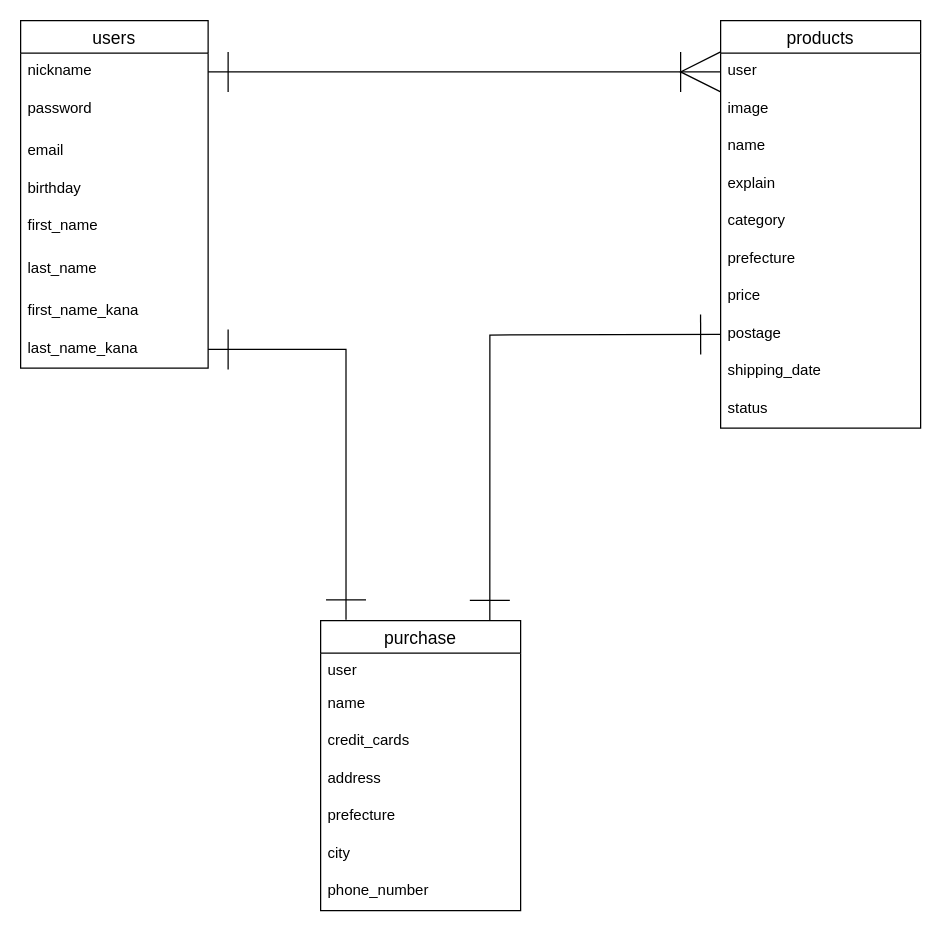
Earlier version of the draw.io diagram er.dio (ryosuke1005/furima-31896). Source tidied: cells renumbered, new cells numbered last; positions are measured from the earlier drawing's top-left corner, leaving out a move shared by most shapes. Both pictures are drawn from the tidied source at 125%, with x=0, y=0 at pixel (20, 20).
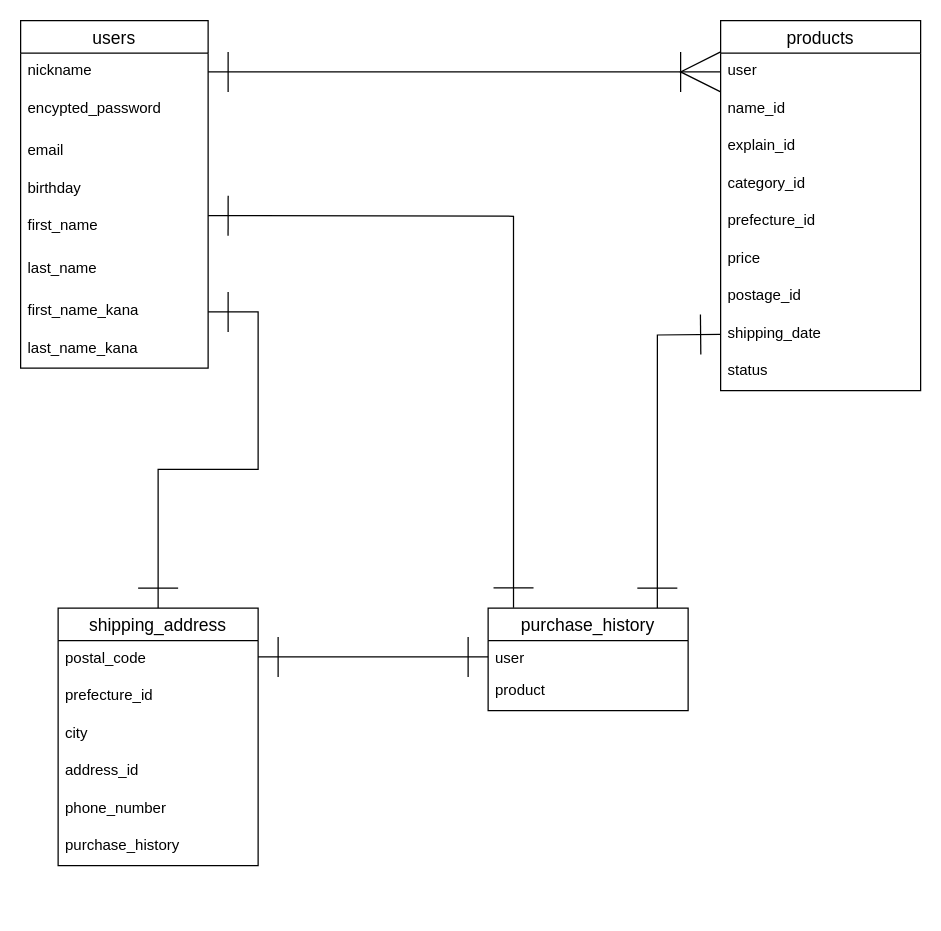
Above is the later version.

Commit message (it also covers changes not shown here):
データベース設計修正①

Unchanged cells that the change refers to:
```xml
<mxCell id="2" value="users" style="swimlane;fontStyle=0;horizontal=1;startSize=26;align=center;fontSize=14;" parent="1" vertex="1">
  <mxGeometry width="150" height="278" as="geometry" />
</mxCell>
<mxCell id="10" value="first_name_kana" style="text;strokeColor=none;fillColor=none;spacingLeft=4;spacingRight=4;overflow=hidden;points=[[0,0.5],[1,0.5]];portConstraint=eastwest;fontSize=12;" parent="2" vertex="1">
  <mxGeometry y="218" width="150" height="30" as="geometry" />
</mxCell>
<mxCell id="11" value="last_name_kana" style="text;strokeColor=none;fillColor=none;spacingLeft=4;spacingRight=4;overflow=hidden;points=[[0,0.5],[1,0.5]];portConstraint=eastwest;fontSize=12;" parent="2" vertex="1">
  <mxGeometry y="248" width="150" height="30" as="geometry" />
</mxCell>
<mxCell id="24" value="user" style="text;strokeColor=none;fillColor=none;spacingLeft=4;spacingRight=4;overflow=hidden;points=[[0,0.5],[1,0.5]];portConstraint=eastwest;fontSize=12;" parent="23" vertex="1">
  <mxGeometry y="26" width="160" height="26" as="geometry" />
</mxCell>
```

Diff of the diagram source:
```diff
@@
-    <mxCell id="4" value="password" style="text;strokeColor=none;fillColor=none;spacingLeft=4;spacingRight=4;overflow=hidden;fontSize=12;" parent="2" vertex="1">
+    <mxCell id="4" value="encypted_password" style="text;strokeColor=none;fillColor=none;spacingLeft=4;spacingRight=4;overflow=hidden;fontSize=12;" parent="2" vertex="1">
       <mxGeometry y="56" width="150" height="34" as="geometry" />
     </mxCell>
@@
     <mxCell id="12" value="products" style="swimlane;fontStyle=0;horizontal=1;startSize=26;align=center;fontSize=14;" parent="1" vertex="1">
-      <mxGeometry x="560" width="160" height="326" as="geometry" />
+      <mxGeometry x="560" width="160" height="296" as="geometry" />
     </mxCell>
@@
-    <mxCell id="14" value="image" style="text;strokeColor=none;fillColor=none;spacingLeft=4;spacingRight=4;overflow=hidden;fontSize=12;" parent="12" vertex="1">
-      <mxGeometry y="56" width="160" height="30" as="geometry" />
-    </mxCell>
-    <mxCell id="15" value="name" style="text;strokeColor=none;fillColor=none;spacingLeft=4;spacingRight=4;overflow=hidden;fontSize=12;" parent="12" vertex="1">
-      <mxGeometry y="86" width="160" height="30" as="geometry" />
+    <mxCell id="15" value="name_id" style="text;strokeColor=none;fillColor=none;spacingLeft=4;spacingRight=4;overflow=hidden;fontSize=12;" parent="12" vertex="1">
+      <mxGeometry y="56" width="160" height="30" as="geometry" />
     </mxCell>
-    <mxCell id="16" value="explain" style="text;strokeColor=none;fillColor=none;spacingLeft=4;spacingRight=4;overflow=hidden;fontSize=12;" parent="12" vertex="1">
-      <mxGeometry y="116" width="160" height="30" as="geometry" />
+    <mxCell id="16" value="explain_id" style="text;strokeColor=none;fillColor=none;spacingLeft=4;spacingRight=4;overflow=hidden;fontSize=12;" parent="12" vertex="1">
+      <mxGeometry y="86" width="160" height="30" as="geometry" />
     </mxCell>
-    <mxCell id="17" value="category" style="text;strokeColor=none;fillColor=none;spacingLeft=4;spacingRight=4;overflow=hidden;fontSize=12;" parent="12" vertex="1">
-      <mxGeometry y="146" width="160" height="30" as="geometry" />
+    <mxCell id="17" value="category_id" style="text;strokeColor=none;fillColor=none;spacingLeft=4;spacingRight=4;overflow=hidden;fontSize=12;" parent="12" vertex="1">
+      <mxGeometry y="116" width="160" height="30" as="geometry" />
     </mxCell>
-    <mxCell id="18" value="prefecture" style="text;strokeColor=none;fillColor=none;spacingLeft=4;spacingRight=4;overflow=hidden;fontSize=12;" parent="12" vertex="1">
-      <mxGeometry y="176" width="160" height="30" as="geometry" />
+    <mxCell id="18" value="prefecture_id" style="text;strokeColor=none;fillColor=none;spacingLeft=4;spacingRight=4;overflow=hidden;fontSize=12;" parent="12" vertex="1">
+      <mxGeometry y="146" width="160" height="30" as="geometry" />
     </mxCell>
     <mxCell id="19" value="price" style="text;strokeColor=none;fillColor=none;spacingLeft=4;spacingRight=4;overflow=hidden;fontSize=12;" parent="12" vertex="1">
-      <mxGeometry y="206" width="160" height="30" as="geometry" />
+      <mxGeometry y="176" width="160" height="30" as="geometry" />
     </mxCell>
-    <mxCell id="20" value="postage" style="text;strokeColor=none;fillColor=none;spacingLeft=4;spacingRight=4;overflow=hidden;fontSize=12;" parent="12" vertex="1">
-      <mxGeometry y="236" width="160" height="30" as="geometry" />
+    <mxCell id="20" value="postage_id" style="text;strokeColor=none;fillColor=none;spacingLeft=4;spacingRight=4;overflow=hidden;fontSize=12;" parent="12" vertex="1">
+      <mxGeometry y="206" width="160" height="30" as="geometry" />
     </mxCell>
     <mxCell id="21" value="shipping_date" style="text;strokeColor=none;fillColor=none;spacingLeft=4;spacingRight=4;overflow=hidden;fontSize=12;" parent="12" vertex="1">
-      <mxGeometry y="266" width="160" height="30" as="geometry" />
+      <mxGeometry y="236" width="160" height="30" as="geometry" />
     </mxCell>
     <mxCell id="22" value="status" style="text;strokeColor=none;fillColor=none;spacingLeft=4;spacingRight=4;overflow=hidden;fontSize=12;" parent="12" vertex="1">
-      <mxGeometry y="296" width="160" height="30" as="geometry" />
+      <mxGeometry y="266" width="160" height="30" as="geometry" />
     </mxCell>
-    <mxCell id="23" value="purchase" style="swimlane;fontStyle=0;horizontal=1;startSize=26;align=center;fontSize=14;" parent="1" vertex="1">
-      <mxGeometry x="240" y="480" width="160" height="232" as="geometry" />
+    <mxCell id="23" value="purchase_history" style="swimlane;fontStyle=0;horizontal=1;startSize=26;align=center;fontSize=14;" parent="1" vertex="1">
+      <mxGeometry x="374" y="470" width="160" height="82" as="geometry" />
     </mxCell>
@@
-    <mxCell id="25" value="name" style="text;strokeColor=none;fillColor=none;spacingLeft=4;spacingRight=4;overflow=hidden;fontSize=12;" parent="23" vertex="1">
-      <mxGeometry y="52" width="160" height="30" as="geometry" />
-    </mxCell>
-    <mxCell id="26" value="credit_cards" style="text;strokeColor=none;fillColor=none;spacingLeft=4;spacingRight=4;overflow=hidden;fontSize=12;" parent="23" vertex="1">
-      <mxGeometry y="82" width="160" height="30" as="geometry" />
-    </mxCell>
-    <mxCell id="27" value="address" style="text;strokeColor=none;fillColor=none;spacingLeft=4;spacingRight=4;overflow=hidden;fontSize=12;" parent="23" vertex="1">
-      <mxGeometry y="112" width="160" height="30" as="geometry" />
-    </mxCell>
-    <mxCell id="28" value="prefecture" style="text;strokeColor=none;fillColor=none;spacingLeft=4;spacingRight=4;overflow=hidden;fontSize=12;" parent="23" vertex="1">
-      <mxGeometry y="142" width="160" height="30" as="geometry" />
-    </mxCell>
-    <mxCell id="29" value="city" style="text;strokeColor=none;fillColor=none;spacingLeft=4;spacingRight=4;overflow=hidden;fontSize=12;" parent="23" vertex="1">
-      <mxGeometry y="172" width="160" height="30" as="geometry" />
-    </mxCell>
-    <mxCell id="30" value="phone_number" style="text;strokeColor=none;fillColor=none;spacingLeft=4;spacingRight=4;overflow=hidden;fontSize=12;" parent="23" vertex="1">
-      <mxGeometry y="202" width="160" height="30" as="geometry" />
+    <mxCell id="30" value="product" style="text;strokeColor=none;fillColor=none;spacingLeft=4;spacingRight=4;overflow=hidden;fontSize=12;" parent="23" vertex="1">
+      <mxGeometry y="52" width="160" height="30" as="geometry" />
     </mxCell>
-    <mxCell id="31" style="edgeStyle=orthogonalEdgeStyle;rounded=0;jettySize=auto;html=1;exitX=1;exitY=0.5;exitDx=0;exitDy=0;entryX=0.127;entryY=-0.003;entryDx=0;entryDy=0;entryPerimeter=0;startSize=30;endArrow=ERone;endFill=0;endSize=30;strokeWidth=1;startArrow=ERone;startFill=0;" parent="1" edge="1" source="11" target="23">
-      <mxGeometry relative="1" as="geometry" />
+    <mxCell id="31" style="edgeStyle=orthogonalEdgeStyle;rounded=0;jettySize=auto;html=1;entryX=0.127;entryY=-0.003;entryDx=0;entryDy=0;entryPerimeter=0;startSize=30;endArrow=ERone;endFill=0;endSize=30;strokeWidth=1;startArrow=ERone;startFill=0;" parent="1" edge="1" target="23">
+      <mxGeometry relative="1" as="geometry">
+        <mxPoint x="150" y="156" as="sourcePoint" />
+      </mxGeometry>
     </mxCell>
@@
+    <mxCell id="34" style="edgeStyle=orthogonalEdgeStyle;rounded=0;jettySize=auto;html=1;exitX=0.5;exitY=0;exitDx=0;exitDy=0;entryX=1;entryY=0.5;entryDx=0;entryDy=0;startArrow=ERone;startFill=0;startSize=30;endArrow=ERone;endFill=0;endSize=30;strokeWidth=1;" parent="1" edge="1" source="35" target="10">
+      <mxGeometry relative="1" as="geometry" />
+    </mxCell>
+    <mxCell id="35" value="shipping_address" style="swimlane;fontStyle=0;horizontal=1;startSize=26;align=center;fontSize=14;" parent="1" vertex="1">
+      <mxGeometry x="30" y="470" width="160" height="206" as="geometry" />
+    </mxCell>
+    <mxCell id="36" value="postal_code" style="text;strokeColor=none;fillColor=none;spacingLeft=4;spacingRight=4;overflow=hidden;fontSize=12;" parent="35" vertex="1">
+      <mxGeometry y="26" width="160" height="30" as="geometry" />
+    </mxCell>
+    <mxCell id="37" value="prefecture_id" style="text;strokeColor=none;fillColor=none;spacingLeft=4;spacingRight=4;overflow=hidden;fontSize=12;" parent="35" vertex="1">
+      <mxGeometry y="56" width="160" height="30" as="geometry" />
+    </mxCell>
+    <mxCell id="29" value="city" style="text;strokeColor=none;fillColor=none;spacingLeft=4;spacingRight=4;overflow=hidden;fontSize=12;" parent="35" vertex="1">
+      <mxGeometry y="86" width="160" height="30" as="geometry" />
+    </mxCell>
+    <mxCell id="38" value="address_id" style="text;strokeColor=none;fillColor=none;spacingLeft=4;spacingRight=4;overflow=hidden;fontSize=12;" parent="35" vertex="1">
+      <mxGeometry y="116" width="160" height="30" as="geometry" />
+    </mxCell>
+    <mxCell id="39" value="phone_number" style="text;strokeColor=none;fillColor=none;spacingLeft=4;spacingRight=4;overflow=hidden;fontSize=12;" parent="35" vertex="1">
+      <mxGeometry y="146" width="160" height="30" as="geometry" />
+    </mxCell>
+    <mxCell id="40" value="purchase_history" style="text;strokeColor=none;fillColor=none;spacingLeft=4;spacingRight=4;overflow=hidden;fontSize=12;" parent="35" vertex="1">
+      <mxGeometry y="176" width="160" height="30" as="geometry" />
+    </mxCell>
+    <mxCell id="41" style="edgeStyle=orthogonalEdgeStyle;rounded=0;jettySize=auto;html=1;exitX=0;exitY=0.5;exitDx=0;exitDy=0;startArrow=ERone;startFill=0;startSize=30;endArrow=ERone;endFill=0;endSize=30;strokeWidth=1;" parent="1" edge="1" source="24">
+      <mxGeometry relative="1" as="geometry">
+        <mxPoint x="190" y="509" as="targetPoint" />
+      </mxGeometry>
+    </mxCell>
```
